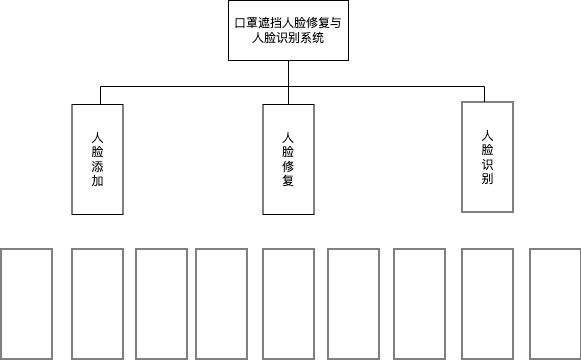
Above: 系统功能模块设计.drawio.png in jtwty/Face_Rec (draw.io), before the change. Source tidied: cells renumbered, new cells last; positions are measured from the earlier drawing's top-left corner, leaving out a move shared by most shapes.
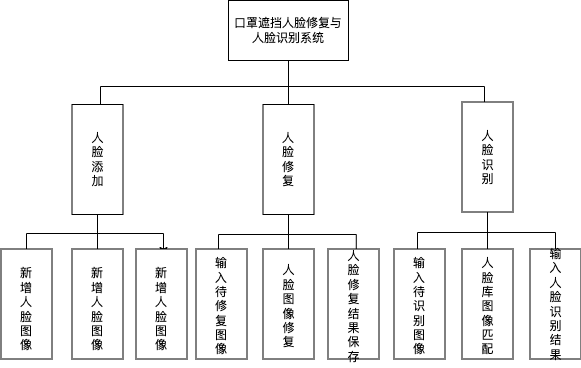
After the commit.

Commit message:
更新系统功能模块设计.drawio.png

Diff of the diagram source:
```diff
@@ -26,18 +26,75 @@
     <mxCell id="5" value="口罩遮挡人脸修复与人脸识别系统" style="rounded=0;whiteSpace=wrap;html=1;" parent="1" vertex="1">
       <mxGeometry x="257" width="120" height="60" as="geometry" />
     </mxCell>
+    <mxCell id="21" style="edgeStyle=none;rounded=0;jettySize=auto;html=1;exitX=1;exitY=0.5;exitDx=0;exitDy=0;" parent="1" edge="1" source="6" target="31">
+      <mxGeometry relative="1" as="geometry" />
+    </mxCell>
+    <mxCell id="22" style="edgeStyle=orthogonalEdgeStyle;rounded=0;jettySize=auto;html=1;exitX=1;exitY=0.5;exitDx=0;exitDy=0;entryX=0.5;entryY=0;entryDx=0;entryDy=0;" parent="1" edge="1" source="6" target="30">
+      <mxGeometry relative="1" as="geometry">
+        <Array as="points">
+          <mxPoint x="126" y="233" />
+          <mxPoint x="55" y="233" />
+        </Array>
+      </mxGeometry>
+    </mxCell>
+    <mxCell id="23" style="edgeStyle=orthogonalEdgeStyle;rounded=0;jettySize=auto;html=1;exitX=1;exitY=0.5;exitDx=0;exitDy=0;entryX=0.591;entryY=-0.062;entryDx=0;entryDy=0;entryPerimeter=0;" parent="1" edge="1" source="6" target="32">
+      <mxGeometry relative="1" as="geometry">
+        <Array as="points">
+          <mxPoint x="126" y="233" />
+          <mxPoint x="192" y="233" />
+        </Array>
+      </mxGeometry>
+    </mxCell>
     <mxCell id="6" style="rounded=0;whiteSpace=wrap;html=1;rotation=90;" parent="1" vertex="1">
       <mxGeometry x="71" y="133.5" width="110" height="51" as="geometry" />
     </mxCell>
     <mxCell id="7" value="人脸添加" style="text;html=1;strokeColor=none;fillColor=none;align=center;verticalAlign=middle;whiteSpace=wrap;rounded=0;" parent="1" vertex="1">
       <mxGeometry x="114.5" y="113.5" width="23" height="91" as="geometry" />
     </mxCell>
+    <mxCell id="24" style="edgeStyle=none;rounded=0;jettySize=auto;html=1;exitX=1;exitY=0.5;exitDx=0;exitDy=0;" parent="1" edge="1" source="8" target="34">
+      <mxGeometry relative="1" as="geometry" />
+    </mxCell>
+    <mxCell id="25" style="edgeStyle=orthogonalEdgeStyle;rounded=0;jettySize=auto;html=1;exitX=1;exitY=0.5;exitDx=0;exitDy=0;entryX=0.375;entryY=0.623;entryDx=0;entryDy=0;entryPerimeter=0;" parent="1" edge="1" source="8" target="33">
+      <mxGeometry relative="1" as="geometry">
+        <Array as="points">
+          <mxPoint x="317" y="234" />
+          <mxPoint x="247" y="234" />
+        </Array>
+      </mxGeometry>
+    </mxCell>
+    <mxCell id="26" style="edgeStyle=orthogonalEdgeStyle;rounded=0;jettySize=auto;html=1;exitX=1;exitY=0.5;exitDx=0;exitDy=0;entryX=0.75;entryY=0;entryDx=0;entryDy=0;" parent="1" edge="1" source="8" target="35">
+      <mxGeometry relative="1" as="geometry">
+        <Array as="points">
+          <mxPoint x="317" y="234" />
+          <mxPoint x="385" y="234" />
+        </Array>
+      </mxGeometry>
+    </mxCell>
     <mxCell id="8" style="rounded=0;whiteSpace=wrap;html=1;rotation=90;" parent="1" vertex="1">
       <mxGeometry x="262" y="133.5" width="110" height="51" as="geometry" />
     </mxCell>
     <mxCell id="9" value="人脸修复" style="text;html=1;strokeColor=none;fillColor=none;align=center;verticalAlign=middle;whiteSpace=wrap;rounded=0;" parent="1" vertex="1">
       <mxGeometry x="305" y="116.5" width="24" height="85" as="geometry" />
     </mxCell>
+    <mxCell id="27" style="edgeStyle=none;rounded=0;jettySize=auto;html=1;exitX=1;exitY=0.5;exitDx=0;exitDy=0;entryX=0.5;entryY=0.35;entryDx=0;entryDy=0;entryPerimeter=0;" parent="1" edge="1" source="10" target="37">
+      <mxGeometry relative="1" as="geometry" />
+    </mxCell>
+    <mxCell id="28" style="edgeStyle=orthogonalEdgeStyle;rounded=0;jettySize=auto;html=1;exitX=1;exitY=0.5;exitDx=0;exitDy=0;entryX=0.417;entryY=0.541;entryDx=0;entryDy=0;entryPerimeter=0;" parent="1" edge="1" source="10" target="36">
+      <mxGeometry relative="1" as="geometry">
+        <Array as="points">
+          <mxPoint x="516" y="232" />
+          <mxPoint x="446" y="232" />
+        </Array>
+      </mxGeometry>
+    </mxCell>
+    <mxCell id="29" style="edgeStyle=orthogonalEdgeStyle;rounded=0;jettySize=auto;html=1;exitX=1;exitY=0.5;exitDx=0;exitDy=0;" parent="1" edge="1" source="10" target="38">
+      <mxGeometry relative="1" as="geometry">
+        <Array as="points">
+          <mxPoint x="516" y="232" />
+          <mxPoint x="584" y="232" />
+        </Array>
+      </mxGeometry>
+    </mxCell>
     <mxCell id="10" style="rounded=0;whiteSpace=wrap;html=1;rotation=90;" parent="1" vertex="1">
       <mxGeometry x="461" y="131" width="110" height="51" as="geometry" />
     </mxCell>
@@ -71,5 +128,32 @@
     <mxCell id="20" style="rounded=0;whiteSpace=wrap;html=1;rotation=90;" parent="1" vertex="1">
       <mxGeometry x="71" y="278" width="110" height="51" as="geometry" />
     </mxCell>
+    <mxCell id="30" value="新增人脸图像" style="text;html=1;strokeColor=none;fillColor=none;align=center;verticalAlign=middle;whiteSpace=wrap;rounded=0;" parent="1" vertex="1">
+      <mxGeometry x="44" y="261" width="22" height="96" as="geometry" />
+    </mxCell>
+    <mxCell id="31" value="新增人脸图像" style="text;html=1;strokeColor=none;fillColor=none;align=center;verticalAlign=middle;whiteSpace=wrap;rounded=0;" parent="1" vertex="1">
+      <mxGeometry x="115" y="261" width="22" height="96" as="geometry" />
+    </mxCell>
+    <mxCell id="32" value="新增人脸图像" style="text;html=1;strokeColor=none;fillColor=none;align=center;verticalAlign=middle;whiteSpace=wrap;rounded=0;" parent="1" vertex="1">
+      <mxGeometry x="179" y="261" width="22" height="96" as="geometry" />
+    </mxCell>
+    <mxCell id="33" value="输入待修复图像" style="text;html=1;strokeColor=none;fillColor=none;align=center;verticalAlign=middle;whiteSpace=wrap;rounded=0;" parent="1" vertex="1">
+      <mxGeometry x="238" y="245" width="24" height="122" as="geometry" />
+    </mxCell>
+    <mxCell id="34" value="人脸图像修复" style="text;html=1;strokeColor=none;fillColor=none;align=center;verticalAlign=middle;whiteSpace=wrap;rounded=0;" parent="1" vertex="1">
+      <mxGeometry x="309.5" y="258" width="15" height="96" as="geometry" />
+    </mxCell>
+    <mxCell id="35" value="人脸修复结果保存" style="text;html=1;strokeColor=none;fillColor=none;align=center;verticalAlign=middle;whiteSpace=wrap;rounded=0;" parent="1" vertex="1">
+      <mxGeometry x="376.5" y="258" width="11" height="96" as="geometry" />
+    </mxCell>
+    <mxCell id="36" value="输入待识别图像" style="text;html=1;strokeColor=none;fillColor=none;align=center;verticalAlign=middle;whiteSpace=wrap;rounded=0;" parent="1" vertex="1">
+      <mxGeometry x="436" y="245" width="24" height="122" as="geometry" />
+    </mxCell>
+    <mxCell id="37" value="人脸库图像匹配" style="text;html=1;strokeColor=none;fillColor=none;align=center;verticalAlign=middle;whiteSpace=wrap;rounded=0;" parent="1" vertex="1">
+      <mxGeometry x="504.5" y="246" width="23" height="120" as="geometry" />
+    </mxCell>
+    <mxCell id="38" value="输入人脸识别结果" style="text;html=1;strokeColor=none;fillColor=none;align=center;verticalAlign=middle;whiteSpace=wrap;rounded=0;" parent="1" vertex="1">
+      <mxGeometry x="580.5" y="271.5" width="7" height="64" as="geometry" />
+    </mxCell>
   </root>
 </mxGraphModel>
```
